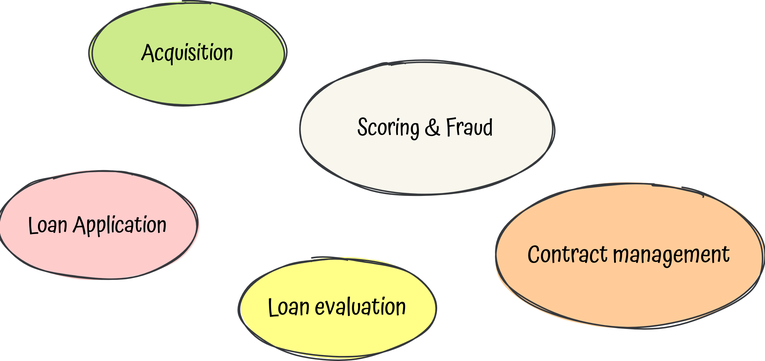
Above: doc/sub-domains.png in albertllousas/functional-domain-driven-design (draw.io), before the change. Source tidied: cells renumbered, new cells last; positions are measured from the earlier drawing's top-left corner, leaving out a move shared by most shapes. The source it was exported from:
```xml
<mxGraphModel>
  <root>
    <mxCell id="0" />
    <mxCell id="1" parent="0" />
    <mxCell id="2" value="&lt;font face=&quot;Atma&quot; style=&quot;font-size: 15px&quot;&gt;Loan Application&lt;/font&gt;" style="ellipse;whiteSpace=wrap;html=1;sketch=1;strokeWidth=1;fillColor=#ffcccc;strokeColor=#36393d;fillStyle=solid;" parent="1" vertex="1">
      <mxGeometry y="115" width="130" height="70" as="geometry" />
    </mxCell>
    <mxCell id="3" value="&lt;font face=&quot;Atma&quot; style=&quot;font-size: 16px&quot;&gt;Loan evaluation&lt;/font&gt;" style="ellipse;whiteSpace=wrap;html=1;sketch=1;strokeWidth=1;fillColor=#ffff88;strokeColor=#36393d;fillStyle=solid;" parent="1" vertex="1">
      <mxGeometry x="160" y="170" width="130" height="70" as="geometry" />
    </mxCell>
    <mxCell id="4" value="&lt;font face=&quot;Atma&quot; style=&quot;font-size: 16px&quot;&gt;Contract management&lt;/font&gt;" style="ellipse;whiteSpace=wrap;html=1;sketch=1;strokeWidth=1;fillColor=#ffcc99;strokeColor=#36393d;fillStyle=solid;" parent="1" vertex="1">
      <mxGeometry x="330" y="120" width="180" height="100" as="geometry" />
    </mxCell>
    <mxCell id="5" value="&lt;font face=&quot;Atma&quot; style=&quot;font-size: 15px&quot;&gt;Acquisition&lt;/font&gt;" style="ellipse;whiteSpace=wrap;html=1;sketch=1;strokeWidth=1;fillColor=#cdeb8b;strokeColor=#36393d;fillStyle=solid;" parent="1" vertex="1">
      <mxGeometry x="60" width="130" height="70" as="geometry" />
    </mxCell>
    <mxCell id="6" value="&lt;font face=&quot;Atma&quot;&gt;&lt;span style=&quot;font-size: 15px&quot;&gt;Scoring &amp;amp; Fraud&lt;/span&gt;&lt;/font&gt;" style="ellipse;whiteSpace=wrap;html=1;sketch=1;strokeWidth=1;fillColor=#f9f7ed;strokeColor=#36393d;fillStyle=solid;" parent="1" vertex="1">
      <mxGeometry x="199" y="40" width="170" height="90" as="geometry" />
    </mxCell>
  </root>
</mxGraphModel>
```
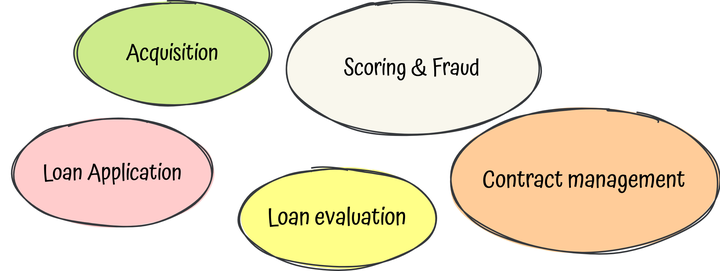
After the commit.

Change to the diagram source:
```diff
@@ -3,19 +3,22 @@
     <mxCell id="0" />
     <mxCell id="1" parent="0" />
     <mxCell id="2" value="&lt;font face=&quot;Atma&quot; style=&quot;font-size: 15px&quot;&gt;Loan Application&lt;/font&gt;" style="ellipse;whiteSpace=wrap;html=1;sketch=1;strokeWidth=1;fillColor=#ffcccc;strokeColor=#36393d;fillStyle=solid;" parent="1" vertex="1">
-      <mxGeometry y="115" width="130" height="70" as="geometry" />
+      <mxGeometry x="10" y="140" width="130" height="70" as="geometry" />
     </mxCell>
     <mxCell id="3" value="&lt;font face=&quot;Atma&quot; style=&quot;font-size: 16px&quot;&gt;Loan evaluation&lt;/font&gt;" style="ellipse;whiteSpace=wrap;html=1;sketch=1;strokeWidth=1;fillColor=#ffff88;strokeColor=#36393d;fillStyle=solid;" parent="1" vertex="1">
       <mxGeometry x="160" y="170" width="130" height="70" as="geometry" />
     </mxCell>
     <mxCell id="4" value="&lt;font face=&quot;Atma&quot; style=&quot;font-size: 16px&quot;&gt;Contract management&lt;/font&gt;" style="ellipse;whiteSpace=wrap;html=1;sketch=1;strokeWidth=1;fillColor=#ffcc99;strokeColor=#36393d;fillStyle=solid;" parent="1" vertex="1">
-      <mxGeometry x="330" y="120" width="180" height="100" as="geometry" />
+      <mxGeometry x="300" y="130" width="180" height="100" as="geometry" />
     </mxCell>
     <mxCell id="5" value="&lt;font face=&quot;Atma&quot; style=&quot;font-size: 15px&quot;&gt;Acquisition&lt;/font&gt;" style="ellipse;whiteSpace=wrap;html=1;sketch=1;strokeWidth=1;fillColor=#cdeb8b;strokeColor=#36393d;fillStyle=solid;" parent="1" vertex="1">
-      <mxGeometry x="60" width="130" height="70" as="geometry" />
+      <mxGeometry x="50" y="60" width="130" height="70" as="geometry" />
     </mxCell>
     <mxCell id="6" value="&lt;font face=&quot;Atma&quot;&gt;&lt;span style=&quot;font-size: 15px&quot;&gt;Scoring &amp;amp; Fraud&lt;/span&gt;&lt;/font&gt;" style="ellipse;whiteSpace=wrap;html=1;sketch=1;strokeWidth=1;fillColor=#f9f7ed;strokeColor=#36393d;fillStyle=solid;" parent="1" vertex="1">
-      <mxGeometry x="199" y="40" width="170" height="90" as="geometry" />
+      <mxGeometry x="190" y="60" width="170" height="90" as="geometry" />
     </mxCell>
+    <mxCell id="7" style="ellipse;whiteSpace=wrap;html=1;shadow=0;sketch=1;strokeWidth=1;fillColor=none;strokeColor=none;" parent="1" vertex="1">
+      <mxGeometry y="130" width="10" height="20" as="geometry" />
+    </mxCell>
   </root>
 </mxGraphModel>
```
